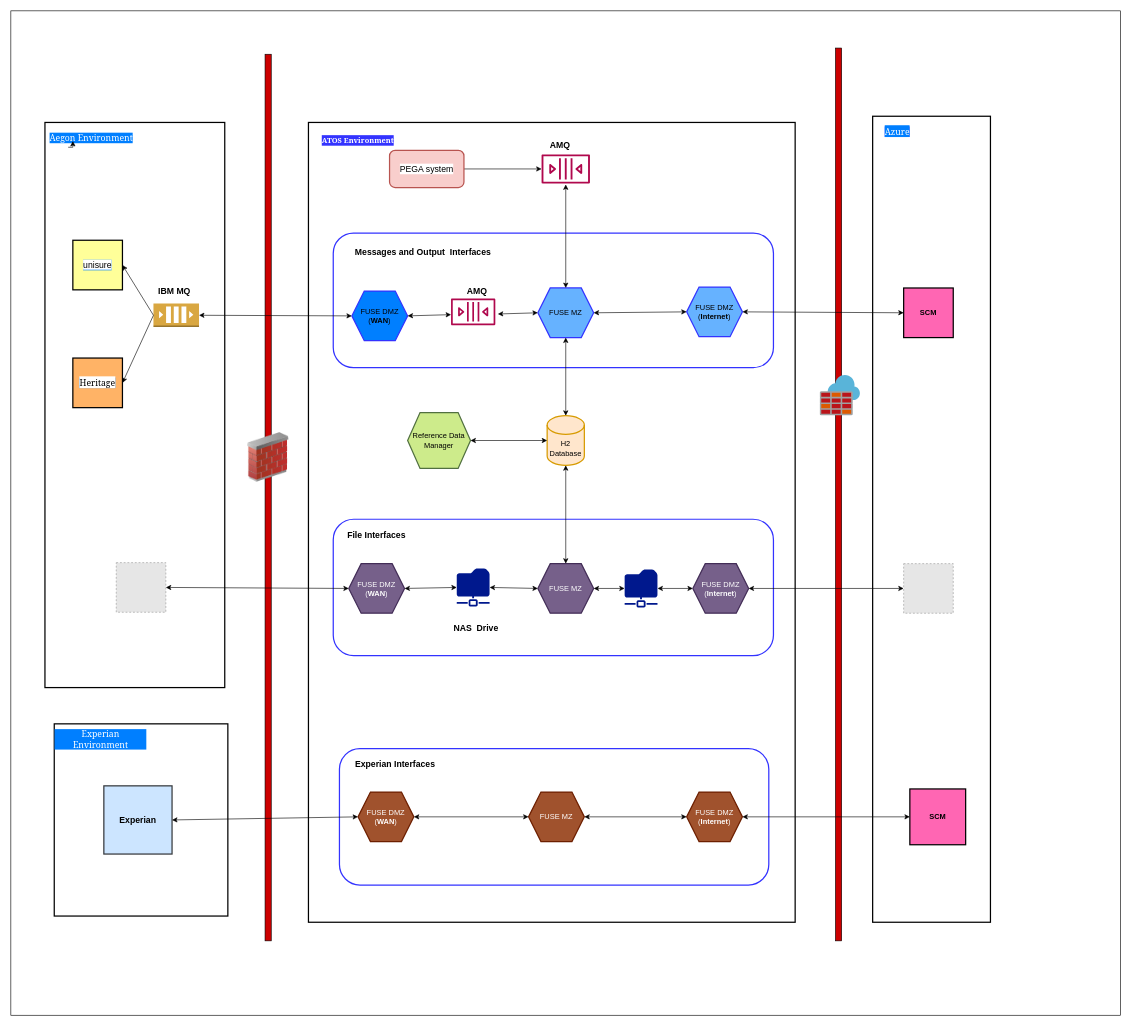
Before: ISL_Fuse_SCM.drawio in rameshanm/draw_io, a draw.io diagram. Source tidied: cells renumbered, new cells numbered last; positions are measured from the earlier drawing's top-left corner, leaving out a move shared by most shapes. Both pictures are drawn from the tidied source at 62%, with x=0, y=0 at pixel (11, 11). Pictures stored in the file or linked from it are replaced by grey dashed boxes.
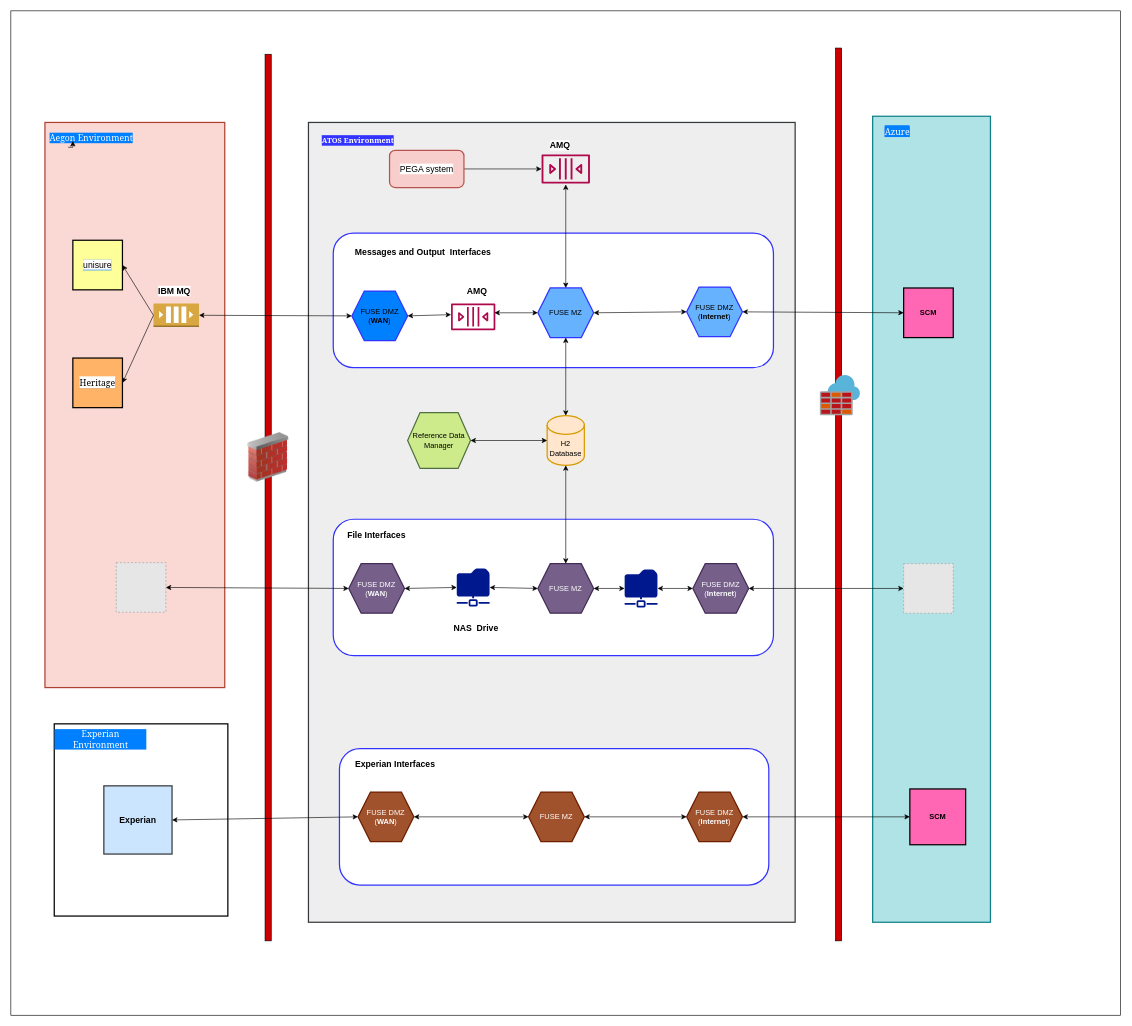
The same diagram, later.

The change refers to these unchanged cells:
```xml
<mxCell id="40" value="FUSE MZ" style="shape=hexagon;perimeter=hexagonPerimeter2;whiteSpace=wrap;html=1;fixedSize=1;fillColor=#66B2FF;strokeWidth=2;strokeColor=#3333FF;" parent="1" vertex="1">
  <mxGeometry x="850" y="447" width="90" height="80" as="geometry" />
</mxCell>
```

The edit, as a diff of the source:
```diff
@@
-    <mxCell id="4" style="rounded=0;whiteSpace=wrap;html=1;strokeWidth=2;" parent="1" vertex="1">
+    <mxCell id="4" style="rounded=0;whiteSpace=wrap;html=1;strokeWidth=2;fillColor=#eeeeee;strokeColor=#36393d;" parent="1" vertex="1">
       <mxGeometry x="480" y="180" width="785" height="1290" as="geometry" />
     </mxCell>
-    <mxCell id="5" style="rounded=0;whiteSpace=wrap;html=1;fillColor=#FFFFFF;strokeWidth=2;" parent="1" vertex="1">
+    <mxCell id="5" style="rounded=0;whiteSpace=wrap;html=1;fillColor=#b0e3e6;strokeWidth=2;strokeColor=#0e8088;" parent="1" vertex="1">
       <mxGeometry x="1390" y="170" width="190" height="1300" as="geometry" />
     </mxCell>
@@
-    <mxCell id="14" style="rounded=0;whiteSpace=wrap;html=1;labelBackgroundColor=#007FFF;fontFamily=Georgia;fontSize=14;fontColor=#FFFFFF;fillColor=#FFFFFF;strokeWidth=2;" parent="1" vertex="1">
+    <mxCell id="14" style="rounded=0;whiteSpace=wrap;html=1;labelBackgroundColor=#007FFF;fontFamily=Georgia;fontSize=14;fillColor=#fad9d5;strokeWidth=2;strokeColor=#ae4132;" parent="1" vertex="1">
       <mxGeometry x="55" y="180" width="290" height="911.5" as="geometry" />
     </mxCell>
@@
     <mxCell id="39" style="sketch=0;outlineConnect=0;fontColor=#232F3E;gradientColor=none;fillColor=#B0084D;strokeColor=none;dashed=0;verticalLabelPosition=bottom;verticalAlign=top;align=center;html=1;fontSize=12;fontStyle=0;shape=mxgraph.aws4.queue;" parent="1" vertex="1">
-      <mxGeometry x="710" y="464" width="71.4" height="43" as="geometry" />
+      <mxGeometry x="710" y="472" width="71.4" height="43" as="geometry" />
     </mxCell>
@@
-    <mxCell id="62" style="endArrow=classic;startArrow=classic;html=1;rounded=0;fontFamily=Helvetica;fontSize=14;fontColor=#000000;exitX=1.057;exitY=0.58;exitDx=0;exitDy=0;exitPerimeter=0;entryX=0;entryY=0.5;entryDx=0;entryDy=0;" parent="1" edge="1" source="39" target="40">
-      <mxGeometry relative="1" as="geometry" />
+    <mxCell id="62" style="endArrow=classic;startArrow=classic;html=1;rounded=0;fontFamily=Helvetica;fontSize=14;fontColor=#000000;entryX=0;entryY=0.5;entryDx=0;entryDy=0;" parent="1" edge="1" target="40">
+      <mxGeometry relative="1" as="geometry">
+        <mxPoint x="780" y="487" as="sourcePoint" />
+      </mxGeometry>
     </mxCell>
```
